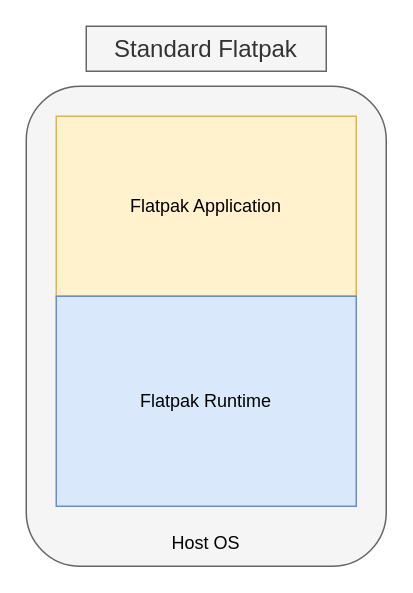
This is wiki-rtd/docs/wiki_documents/drawio/flatpak.drawio from RetroDECK/Wiki, a draw.io file, before an edit. Source tidied: cells renumbered, new cells numbered last; positions are measured from the earlier drawing's top-left corner, leaving out a move shared by most shapes. Both pictures are drawn from the tidied source at 150%, with x=0, y=0 at pixel (26, 26).
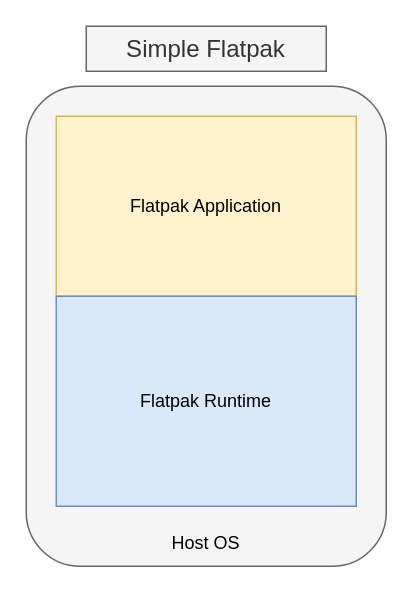
After the change.

Diff of the diagram source:
```diff
@@
 <mxGraphModel>
   <root>
     <mxCell id="0" />
     <mxCell id="1" parent="0" />
     <mxCell id="2" style="rounded=1;whiteSpace=wrap;html=1;fillColor=#f5f5f5;fontColor=#333333;strokeColor=#666666;" parent="1" vertex="1">
       <mxGeometry y="40" width="240" height="320" as="geometry" />
     </mxCell>
     <mxCell id="3" value="Flatpak Application" style="rounded=0;whiteSpace=wrap;html=1;fillColor=#fff2cc;strokeColor=#d6b656;" parent="1" vertex="1">
       <mxGeometry x="20" y="60" width="200" height="120" as="geometry" />
     </mxCell>
-    <mxCell id="4" value="&lt;font style=&quot;font-size: 16px;&quot;&gt;Standard Flatpak&lt;/font&gt;" style="text;html=1;whiteSpace=wrap;align=center;verticalAlign=middle;rounded=0;fillColor=#f5f5f5;fontColor=#333333;strokeColor=#666666;" parent="1" vertex="1">
+    <mxCell id="4" value="&lt;font style=&quot;font-size: 16px;&quot;&gt;Simple Flatpak&lt;/font&gt;" style="text;html=1;whiteSpace=wrap;align=center;verticalAlign=middle;rounded=0;fillColor=#f5f5f5;fontColor=#333333;strokeColor=#666666;" parent="1" vertex="1">
       <mxGeometry x="40" width="160" height="30" as="geometry" />
     </mxCell>
     <mxCell id="5" value="Flatpak Runtime" style="rounded=0;whiteSpace=wrap;html=1;fillColor=#dae8fc;strokeColor=#6c8ebf;" parent="1" vertex="1">
       <mxGeometry x="20" y="180" width="200" height="140" as="geometry" />
     </mxCell>
     <mxCell id="6" value="Host OS" style="text;html=1;whiteSpace=wrap;strokeColor=none;fillColor=none;align=center;verticalAlign=middle;rounded=0;" parent="1" vertex="1">
       <mxGeometry x="90" y="330" width="60" height="30" as="geometry" />
     </mxCell>
   </root>
 </mxGraphModel>
```
